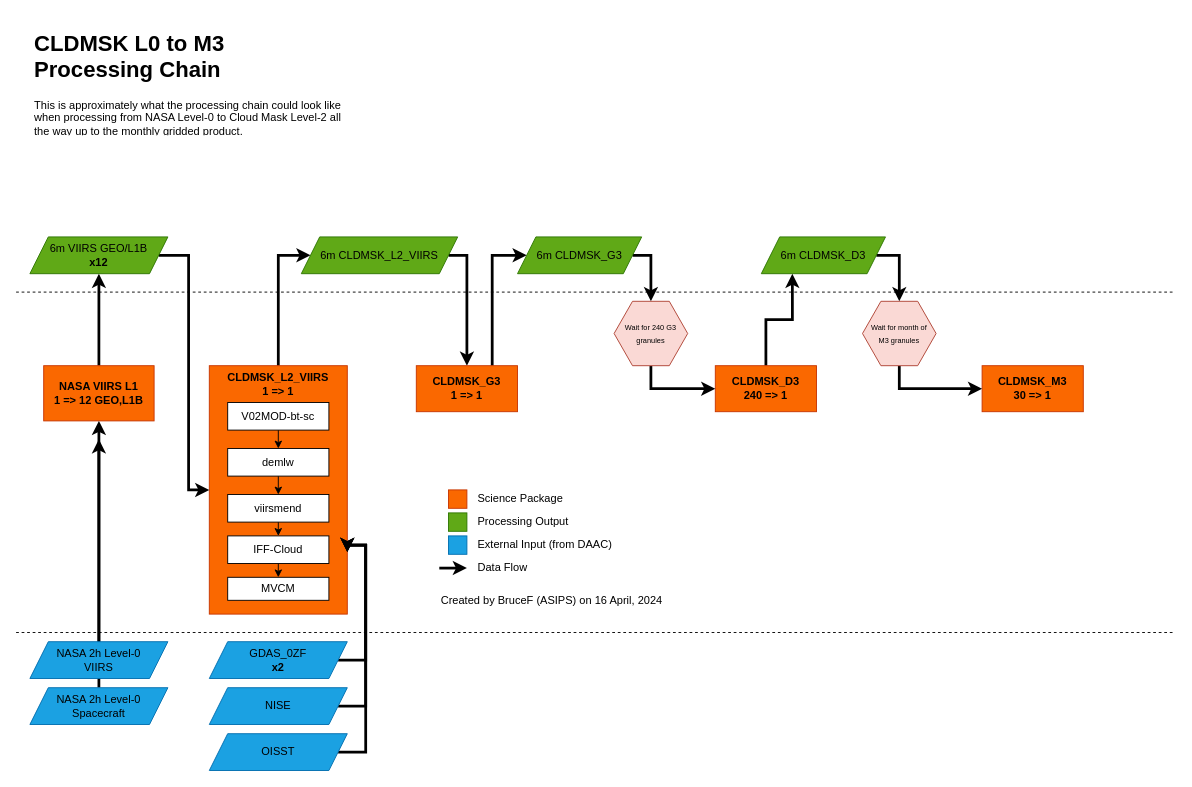
Before: doc/CLDMSK_L0_to_M3_chain.drawio in zdgriffith/mdps-prototype, a draw.io diagram. Source tidied: cells renumbered, new cells numbered last; positions are measured from the earlier drawing's top-left corner, leaving out a move shared by most shapes. Both pictures are drawn from the tidied source at 92%, with x=0, y=0 at pixel (16, 25).
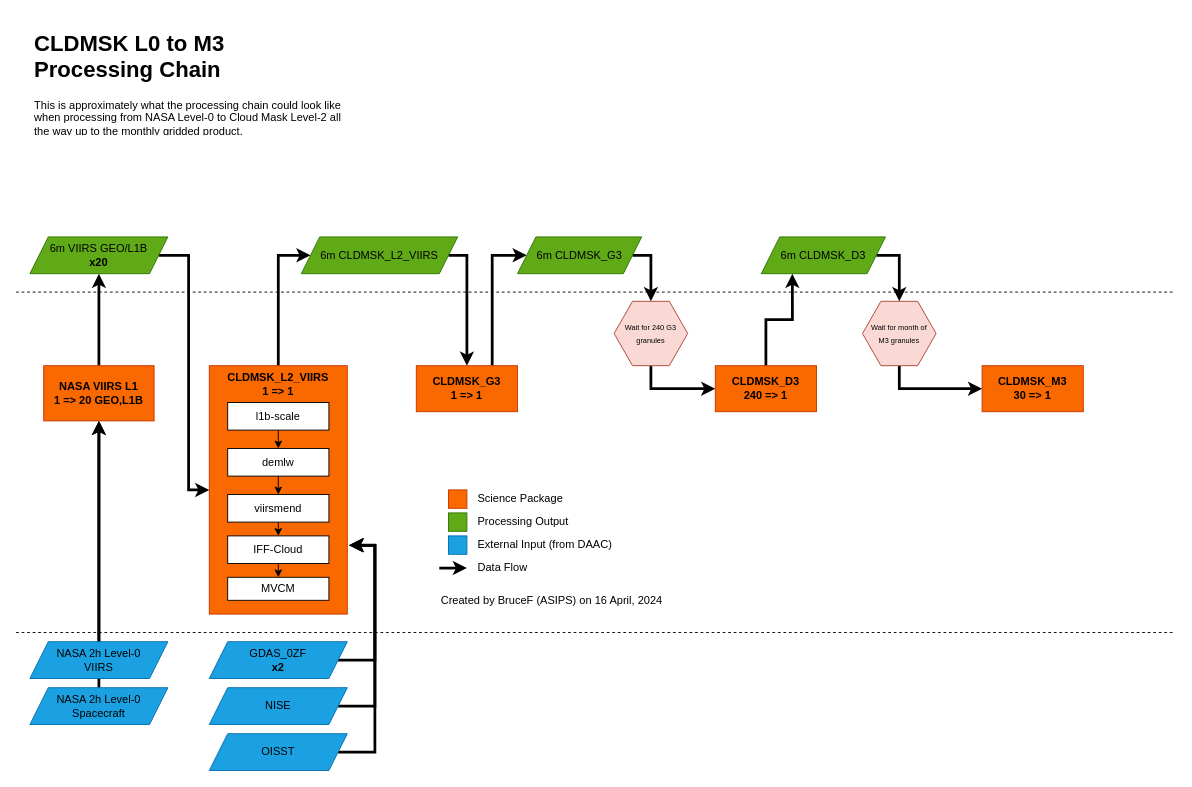
After the change.

Commit message (it also covers changes not shown here):
fix some issues with the diagram

The change refers to these unchanged cells:
```xml
<mxCell id="3" style="rounded=0;whiteSpace=wrap;html=1;fillColor=#fa6800;fontColor=#000000;strokeColor=#C73500;" parent="1" vertex="1">
  <mxGeometry x="210" y="370" width="150" height="270" as="geometry" />
</mxCell>
<mxCell id="11" value="NASA 2h Level-0&lt;br&gt;Spacecraft" style="shape=parallelogram;perimeter=parallelogramPerimeter;whiteSpace=wrap;html=1;fixedSize=1;fillColor=#1ba1e2;fontColor=#000000;strokeColor=#006EAF;" parent="1" vertex="1">
  <mxGeometry x="15" y="720" width="150" height="40" as="geometry" />
</mxCell>
<mxCell id="42" value="GDAS_0ZF&lt;br&gt;&lt;b&gt;x2&lt;/b&gt;" style="shape=parallelogram;perimeter=parallelogramPerimeter;whiteSpace=wrap;html=1;fixedSize=1;fillColor=#1ba1e2;fontColor=#000000;strokeColor=#006EAF;" parent="1" vertex="1">
  <mxGeometry x="210" y="670" width="150" height="40" as="geometry" />
</mxCell>
<mxCell id="44" value="NISE" style="shape=parallelogram;perimeter=parallelogramPerimeter;whiteSpace=wrap;html=1;fixedSize=1;fillColor=#1ba1e2;fontColor=#000000;strokeColor=#006EAF;" parent="1" vertex="1">
  <mxGeometry x="210" y="720" width="150" height="40" as="geometry" />
</mxCell>
<mxCell id="46" value="OISST" style="shape=parallelogram;perimeter=parallelogramPerimeter;whiteSpace=wrap;html=1;fixedSize=1;fillColor=#1ba1e2;fontColor=#000000;strokeColor=#006EAF;" parent="1" vertex="1">
  <mxGeometry x="210" y="770" width="150" height="40" as="geometry" />
</mxCell>
```

The edit, as a diff of the source:
```diff
@@
     <mxCell id="4" style="edgeStyle=orthogonalEdgeStyle;rounded=0;jettySize=auto;html=1;exitX=0.5;exitY=0;exitDx=0;exitDy=0;strokeWidth=3;" parent="1" edge="1" source="11">
       <mxGeometry relative="1" as="geometry">
-        <mxPoint x="90" y="450" as="targetPoint" />
+        <mxPoint x="90" y="430" as="targetPoint" />
       </mxGeometry>
     </mxCell>
@@
-    <mxCell id="6" value="&lt;b&gt;NASA VIIRS L1&lt;br&gt;1 =&amp;gt; 12 GEO,L1B&lt;br&gt;&lt;/b&gt;" style="rounded=0;whiteSpace=wrap;html=1;fillColor=#fa6800;fontColor=#000000;strokeColor=#C73500;" parent="1" vertex="1">
+    <mxCell id="6" value="&lt;b&gt;NASA VIIRS L1&lt;br&gt;1 =&amp;gt; 20 GEO,L1B&lt;br&gt;&lt;/b&gt;" style="rounded=0;whiteSpace=wrap;html=1;fillColor=#fa6800;fontColor=#000000;strokeColor=#C73500;" parent="1" vertex="1">
       <mxGeometry x="30" y="370" width="120" height="60" as="geometry" />
     </mxCell>
@@
-    <mxCell id="8" value="V02MOD-bt-sc" style="rounded=0;whiteSpace=wrap;html=1;" parent="1" vertex="1">
+    <mxCell id="8" value="l1b-scale" style="rounded=0;whiteSpace=wrap;html=1;" parent="1" vertex="1">
       <mxGeometry x="230" y="410" width="110" height="30" as="geometry" />
     </mxCell>
@@
-    <mxCell id="13" value="6m VIIRS GEO/L1B&lt;br&gt;&lt;b&gt;x12&lt;/b&gt;" style="shape=parallelogram;perimeter=parallelogramPerimeter;whiteSpace=wrap;html=1;fixedSize=1;fillColor=#60a917;fontColor=#000000;strokeColor=#2D7600;labelBackgroundColor=none;" parent="1" vertex="1">
+    <mxCell id="13" value="6m VIIRS GEO/L1B&lt;br&gt;&lt;b&gt;x20&lt;/b&gt;" style="shape=parallelogram;perimeter=parallelogramPerimeter;whiteSpace=wrap;html=1;fixedSize=1;fillColor=#60a917;fontColor=#000000;strokeColor=#2D7600;labelBackgroundColor=none;" parent="1" vertex="1">
       <mxGeometry x="15" y="230" width="150" height="40" as="geometry" />
     </mxCell>
@@
-    <mxCell id="41" style="edgeStyle=orthogonalEdgeStyle;rounded=0;jettySize=auto;html=1;exitX=1;exitY=0.5;exitDx=0;exitDy=0;entryX=1;entryY=0.75;entryDx=0;entryDy=0;strokeWidth=3;" parent="1" edge="1" source="42" target="3">
+    <mxCell id="41" style="edgeStyle=orthogonalEdgeStyle;rounded=0;jettySize=auto;html=1;exitX=1;exitY=0.5;exitDx=0;exitDy=0;strokeWidth=3;entryX=1.019;entryY=0.722;entryDx=0;entryDy=0;entryPerimeter=0;" parent="1" edge="1" source="42" target="3">
       <mxGeometry relative="1" as="geometry">
         <Array as="points">
-          <mxPoint x="380" y="690" />
-          <mxPoint x="380" y="565" />
+          <mxPoint x="390" y="690" />
+          <mxPoint x="390" y="565" />
         </Array>
       </mxGeometry>
     </mxCell>
@@
-    <mxCell id="43" style="edgeStyle=orthogonalEdgeStyle;rounded=0;jettySize=auto;html=1;exitX=1;exitY=0.5;exitDx=0;exitDy=0;entryX=1;entryY=0.75;entryDx=0;entryDy=0;strokeWidth=3;" parent="1" edge="1" source="44" target="3">
+    <mxCell id="43" style="edgeStyle=orthogonalEdgeStyle;rounded=0;jettySize=auto;html=1;exitX=1;exitY=0.5;exitDx=0;exitDy=0;strokeWidth=3;entryX=1.013;entryY=0.723;entryDx=0;entryDy=0;entryPerimeter=0;" parent="1" edge="1" source="44" target="3">
       <mxGeometry relative="1" as="geometry">
         <Array as="points">
-          <mxPoint x="380" y="740" />
-          <mxPoint x="380" y="565" />
+          <mxPoint x="390" y="740" />
+          <mxPoint x="390" y="565" />
         </Array>
       </mxGeometry>
     </mxCell>
@@
-    <mxCell id="45" style="edgeStyle=orthogonalEdgeStyle;rounded=0;jettySize=auto;html=1;exitX=1;exitY=0.5;exitDx=0;exitDy=0;entryX=1;entryY=0.75;entryDx=0;entryDy=0;strokeWidth=3;" parent="1" edge="1" source="46" target="3">
+    <mxCell id="45" style="edgeStyle=orthogonalEdgeStyle;rounded=0;jettySize=auto;html=1;exitX=1;exitY=0.5;exitDx=0;exitDy=0;strokeWidth=3;entryX=1.011;entryY=0.723;entryDx=0;entryDy=0;entryPerimeter=0;" parent="1" edge="1" source="46" target="3">
       <mxGeometry relative="1" as="geometry">
         <Array as="points">
-          <mxPoint x="380" y="790" />
-          <mxPoint x="380" y="565" />
+          <mxPoint x="390" y="790" />
+          <mxPoint x="390" y="565" />
         </Array>
       </mxGeometry>
     </mxCell>
```
